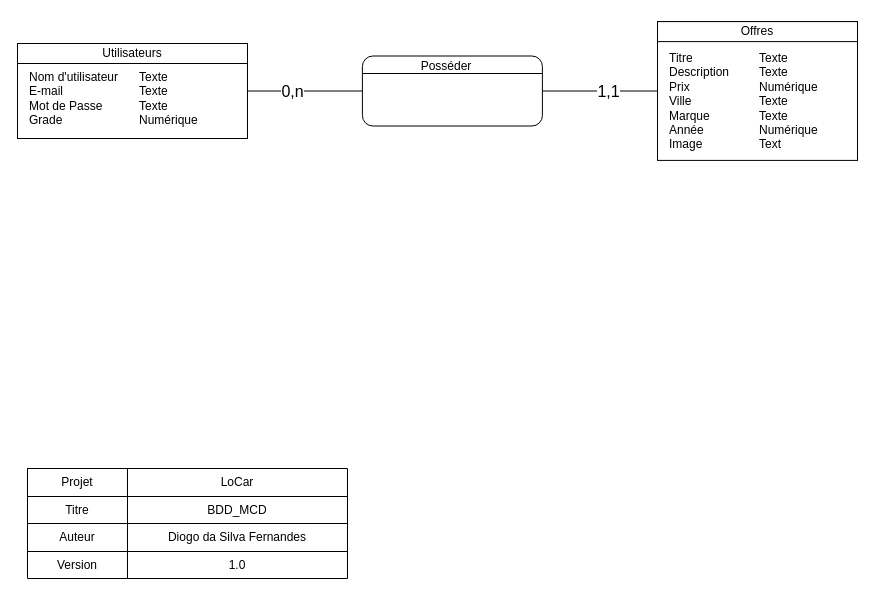
Before: documentation/LoCar_MCD.drawio in GabrielGloor/LoCar, a draw.io diagram. Source tidied: cells renumbered, new cells numbered last; positions are measured from the earlier drawing's top-left corner, leaving out a move shared by most shapes. Both pictures are drawn from the tidied source at 100%, with x=0, y=0 at pixel (17, 21).
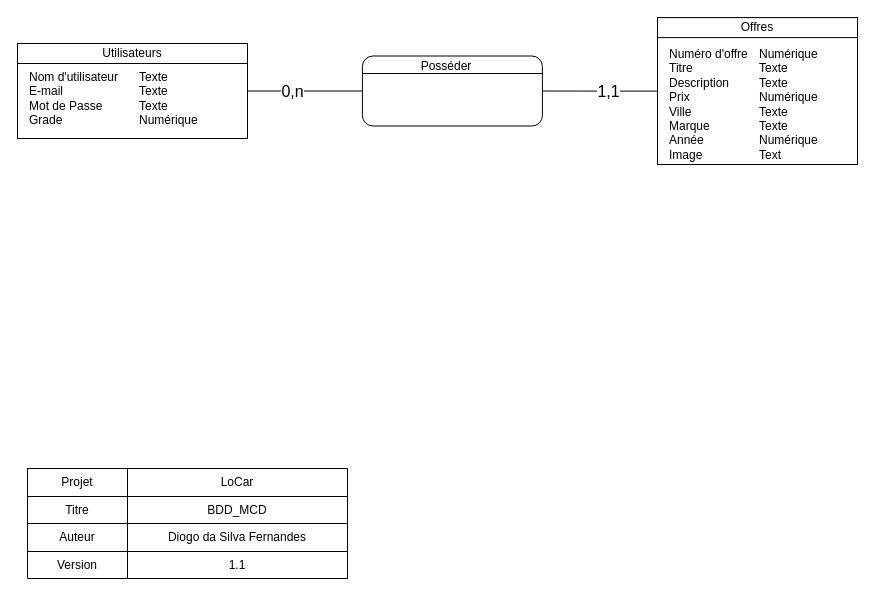
The same diagram, later.

The change refers to these unchanged cells:
```xml
<mxCell id="27" style="shape=partialRectangle;html=1;whiteSpace=wrap;fillColor=none;top=0;left=0;bottom=0;right=0;" parent="17" vertex="1">
  <mxGeometry y="83" width="320" height="27" as="geometry" />
</mxCell>
```

Diff of the diagram source:
```diff
@@
     <mxCell id="8" value="&lt;div style=&quot;box-sizing: border-box ; width: 100% ; padding: 2px&quot;&gt;&lt;br&gt;&lt;/div&gt;" style="verticalAlign=top;align=center;overflow=fill;html=1;rounded=0;shadow=0;comic=0;labelBackgroundColor=none;strokeColor=#000000;strokeWidth=1;fillColor=#ffffff;fontFamily=Verdana;fontSize=12;fontColor=#000000;" parent="1" vertex="1">
-      <mxGeometry x="640" y="0.1" width="200" height="138.8" as="geometry" />
+      <mxGeometry x="640" y="-3.9" width="200" height="146.9" as="geometry" />
     </mxCell>
@@
     <mxCell id="10" value="Offres" style="rounded=0;whiteSpace=wrap;html=1;" parent="1" vertex="1">
-      <mxGeometry x="640" y="0.1" width="200" height="20" as="geometry" />
+      <mxGeometry x="640" y="-3.9" width="200" height="20" as="geometry" />
     </mxCell>
@@
-    <mxCell id="13" value="Titre&lt;br&gt;Description&lt;br&gt;Prix&lt;br&gt;Ville&lt;br&gt;Marque&lt;br&gt;Année&lt;br&gt;Image" style="text;html=1;strokeColor=none;fillColor=none;align=left;verticalAlign=top;whiteSpace=wrap;rounded=0;" parent="1" vertex="1">
-      <mxGeometry x="650" y="22.6" width="90" height="116.2" as="geometry" />
+    <mxCell id="13" value="Numéro d'offre&lt;br&gt;Titre&lt;br&gt;Description&lt;br&gt;Prix&lt;br&gt;Ville&lt;br&gt;Marque&lt;br&gt;Année&lt;br&gt;Image" style="text;html=1;strokeColor=none;fillColor=none;align=left;verticalAlign=top;whiteSpace=wrap;rounded=0;" parent="1" vertex="1">
+      <mxGeometry x="650" y="18.6" width="90" height="116.2" as="geometry" />
     </mxCell>
-    <mxCell id="14" value="Texte&lt;br&gt;Texte&lt;br&gt;Numérique&lt;br&gt;Texte&lt;br&gt;Texte&lt;br&gt;Numérique&lt;br&gt;Text" style="text;html=1;strokeColor=none;fillColor=none;align=left;verticalAlign=top;whiteSpace=wrap;rounded=0;" parent="1" vertex="1">
-      <mxGeometry x="740" y="22.6" width="100" height="116.2" as="geometry" />
+    <mxCell id="14" value="Numérique&lt;br&gt;Texte&lt;br&gt;Texte&lt;br&gt;Numérique&lt;br&gt;Texte&lt;br&gt;Texte&lt;br&gt;Numérique&lt;br&gt;Text" style="text;html=1;strokeColor=none;fillColor=none;align=left;verticalAlign=top;whiteSpace=wrap;rounded=0;" parent="1" vertex="1">
+      <mxGeometry x="740" y="18.6" width="100" height="116.2" as="geometry" />
     </mxCell>
@@
-    <mxCell id="29" value="1.0" style="shape=partialRectangle;html=1;whiteSpace=wrap;overflow=hidden;fillColor=none;top=0;left=0;bottom=0;right=0;" parent="27" vertex="1">
+    <mxCell id="29" value="1.1&lt;br&gt;" style="shape=partialRectangle;html=1;whiteSpace=wrap;overflow=hidden;fillColor=none;top=0;left=0;bottom=0;right=0;" parent="27" vertex="1">
       <mxGeometry x="100" width="220" height="27" as="geometry" />
     </mxCell>
```
